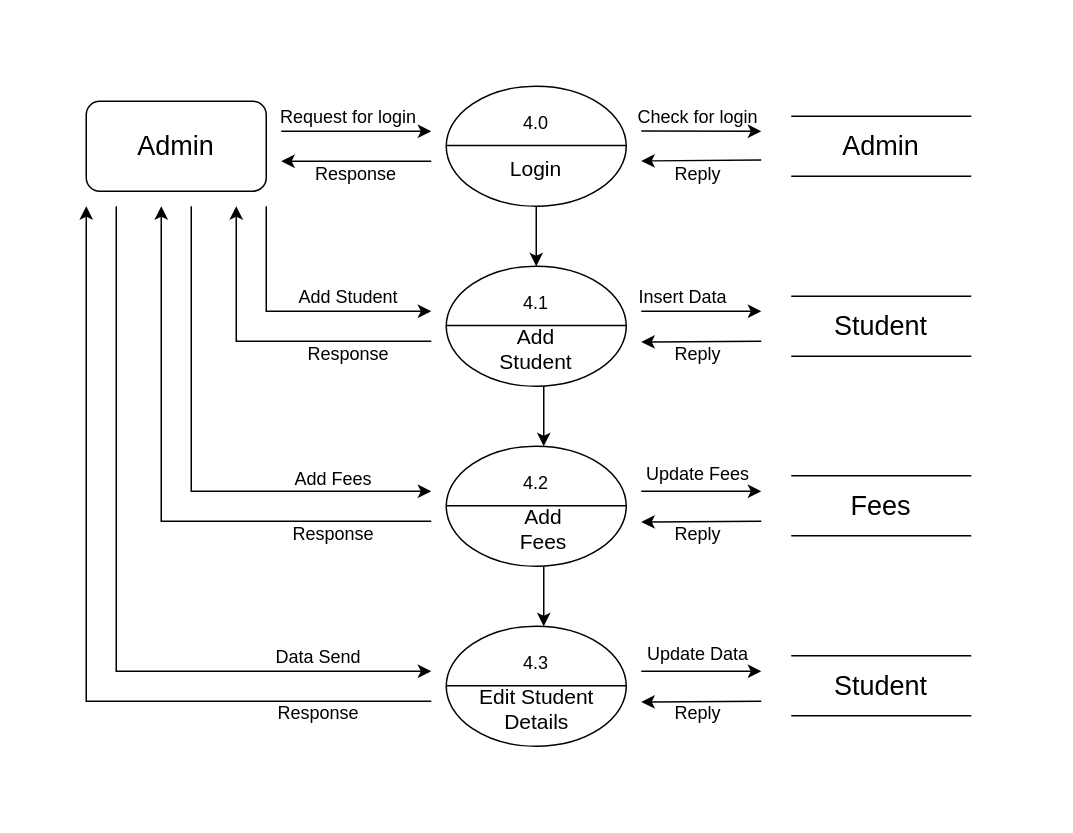
Before: DFS level 2.drawio in Yagna-gajjar/software-engineering-diagrams, a draw.io diagram. Source tidied: cells renumbered, new cells numbered last; positions are measured from the earlier drawing's top-left corner, leaving out a move shared by most shapes. Both pictures are drawn from the tidied source at 150%, with x=0, y=0 at pixel (86, 86).
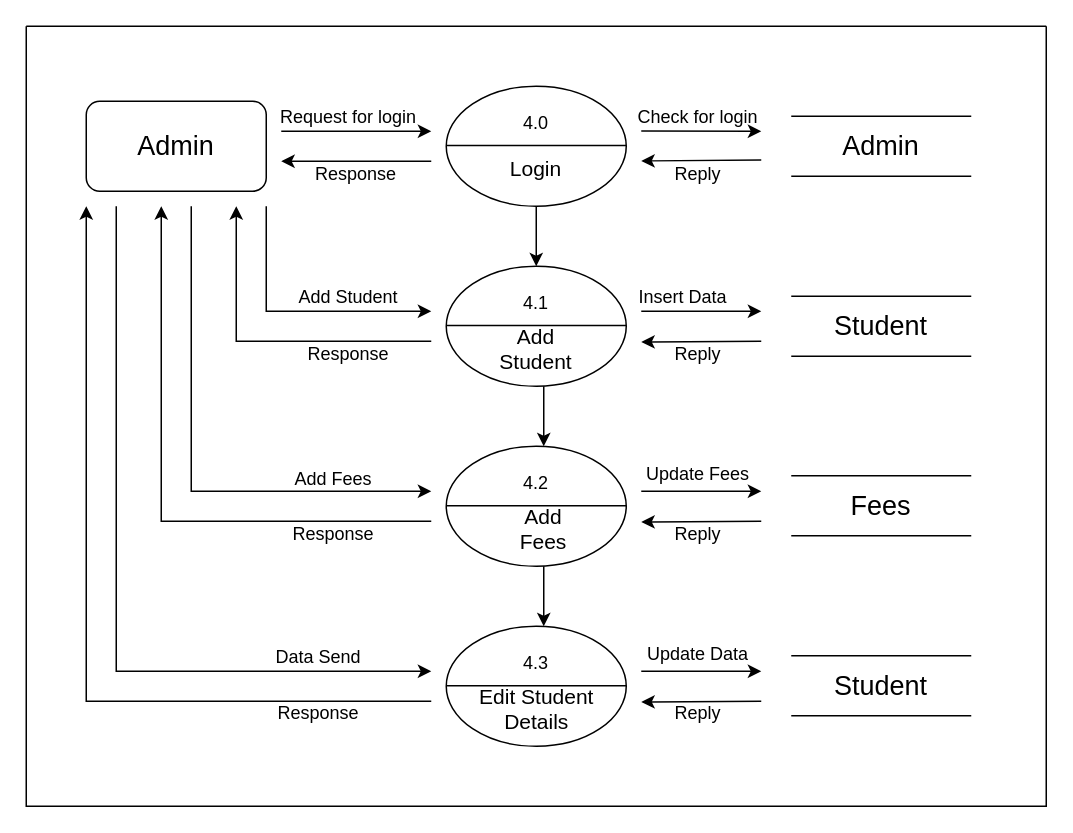
Above is the later version.

Change to the diagram source:
```diff
@@
+    <mxCell id="68" style="swimlane;startSize=0;" parent="1" vertex="1">
+      <mxGeometry x="-40" y="-40" width="680" height="520" as="geometry" />
+    </mxCell>
```
